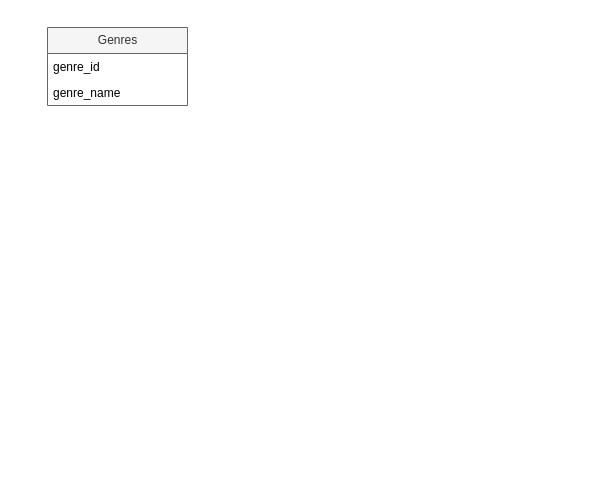
whybraun/myhomework-netology keeps this draw.io diagram as 12. Working with SQL Database creation/Диаграмма без названия.drawio. Above is the earlier version. Source tidied: cells renumbered, new cells numbered last; positions are measured from the earlier drawing's top-left corner, leaving out a move shared by most shapes. Both pictures are drawn from the tidied source at 100%, with x=0, y=0 at pixel (47, 27).
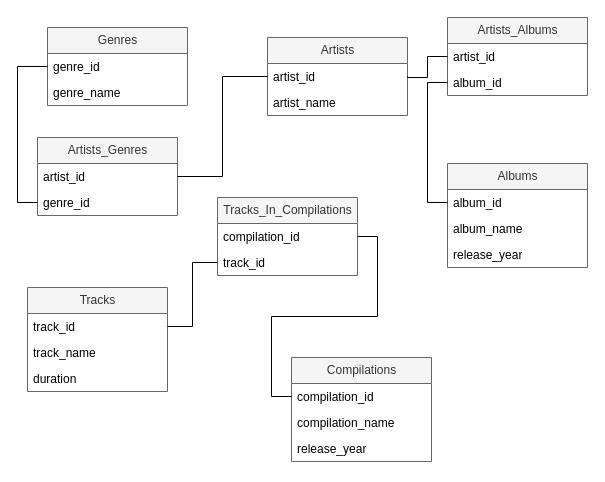
The same page after the edit.

The change refers to these unchanged cells:
```xml
<mxCell id="3" value="genre_id&lt;br&gt;" style="text;strokeColor=none;fillColor=none;align=left;verticalAlign=top;spacingLeft=4;spacingRight=4;overflow=hidden;points=[[0,0.5],[1,0.5]];portConstraint=eastwest;whiteSpace=wrap;html=1;" parent="2" vertex="1">
  <mxGeometry y="26" width="140" height="26" as="geometry" />
</mxCell>
```

The edit, as a diff of the source:
```diff
@@
+    <mxCell id="5" value="Artists" style="swimlane;fontStyle=0;horizontal=1;startSize=26;fillColor=#f5f5f5;html=1;fontColor=#333333;strokeColor=#666666;" parent="1" vertex="1">
+      <mxGeometry x="220" y="10" width="140" height="78" as="geometry" />
+    </mxCell>
+    <mxCell id="6" value="artist_id" style="text;strokeColor=none;fillColor=none;align=left;verticalAlign=top;spacingLeft=4;spacingRight=4;overflow=hidden;points=[[0,0.5],[1,0.5]];portConstraint=eastwest;whiteSpace=wrap;html=1;" parent="5" vertex="1">
+      <mxGeometry y="26" width="140" height="26" as="geometry" />
+    </mxCell>
+    <mxCell id="7" value="artist_name" style="text;strokeColor=none;fillColor=none;align=left;verticalAlign=top;spacingLeft=4;spacingRight=4;overflow=hidden;whiteSpace=wrap;html=1;" parent="5" vertex="1">
+      <mxGeometry y="52" width="140" height="26" as="geometry" />
+    </mxCell>
+    <mxCell id="8" value="Albums" style="swimlane;fontStyle=0;horizontal=1;startSize=26;fillColor=#f5f5f5;html=1;fontColor=#333333;strokeColor=#666666;" parent="1" vertex="1">
+      <mxGeometry x="400" y="136" width="140" height="104" as="geometry" />
+    </mxCell>
+    <mxCell id="9" value="album_id" style="text;strokeColor=none;fillColor=none;align=left;verticalAlign=top;spacingLeft=4;spacingRight=4;overflow=hidden;points=[[0,0.5],[1,0.5]];portConstraint=eastwest;whiteSpace=wrap;html=1;" parent="8" vertex="1">
+      <mxGeometry y="26" width="140" height="26" as="geometry" />
+    </mxCell>
+    <mxCell id="10" value="album_name" style="text;strokeColor=none;fillColor=none;align=left;verticalAlign=top;spacingLeft=4;spacingRight=4;overflow=hidden;whiteSpace=wrap;html=1;" parent="8" vertex="1">
+      <mxGeometry y="52" width="140" height="26" as="geometry" />
+    </mxCell>
+    <mxCell id="11" value="release_year" style="text;strokeColor=none;fillColor=none;align=left;verticalAlign=top;spacingLeft=4;spacingRight=4;overflow=hidden;whiteSpace=wrap;html=1;" parent="8" vertex="1">
+      <mxGeometry y="78" width="140" height="26" as="geometry" />
+    </mxCell>
+    <mxCell id="12" value="Artists_Albums" style="swimlane;fontStyle=0;horizontal=1;startSize=26;fillColor=#f5f5f5;html=1;fontColor=#333333;strokeColor=#666666;" parent="1" vertex="1">
+      <mxGeometry x="400" y="-10" width="140" height="78" as="geometry" />
+    </mxCell>
+    <mxCell id="13" value="artist_id" style="text;strokeColor=none;fillColor=none;align=left;verticalAlign=top;spacingLeft=4;spacingRight=4;overflow=hidden;points=[[0,0.5],[1,0.5]];portConstraint=eastwest;whiteSpace=wrap;html=1;" parent="12" vertex="1">
+      <mxGeometry y="26" width="140" height="26" as="geometry" />
+    </mxCell>
+    <mxCell id="14" value="album_id" style="text;strokeColor=none;fillColor=none;align=left;verticalAlign=top;spacingLeft=4;spacingRight=4;overflow=hidden;points=[[0,0.5],[1,0.5]];portConstraint=eastwest;whiteSpace=wrap;html=1;" parent="12" vertex="1">
+      <mxGeometry y="52" width="140" height="26" as="geometry" />
+    </mxCell>
+    <mxCell id="15" value="Tracks" style="swimlane;fontStyle=0;horizontal=1;startSize=26;fillColor=#f5f5f5;html=1;fontColor=#333333;strokeColor=#666666;" parent="1" vertex="1">
+      <mxGeometry x="-20" y="260" width="140" height="104" as="geometry" />
+    </mxCell>
+    <mxCell id="16" value="track_id" style="text;strokeColor=none;fillColor=none;align=left;verticalAlign=top;spacingLeft=4;spacingRight=4;overflow=hidden;points=[[0,0.5],[1,0.5]];portConstraint=eastwest;whiteSpace=wrap;html=1;" parent="15" vertex="1">
+      <mxGeometry y="26" width="140" height="26" as="geometry" />
+    </mxCell>
+    <mxCell id="17" value="track_name" style="text;strokeColor=none;fillColor=none;align=left;verticalAlign=top;spacingLeft=4;spacingRight=4;overflow=hidden;whiteSpace=wrap;html=1;" parent="15" vertex="1">
+      <mxGeometry y="52" width="140" height="26" as="geometry" />
+    </mxCell>
+    <mxCell id="18" value="duration" style="text;strokeColor=none;fillColor=none;align=left;verticalAlign=top;spacingLeft=4;spacingRight=4;overflow=hidden;whiteSpace=wrap;html=1;" parent="15" vertex="1">
+      <mxGeometry y="78" width="140" height="26" as="geometry" />
+    </mxCell>
+    <mxCell id="19" value="Compilations" style="swimlane;fontStyle=0;horizontal=1;startSize=26;fillColor=#f5f5f5;html=1;fontColor=#333333;strokeColor=#666666;" parent="1" vertex="1">
+      <mxGeometry x="244" y="330" width="140" height="104" as="geometry" />
+    </mxCell>
+    <mxCell id="20" value="compilation_id" style="text;strokeColor=none;fillColor=none;align=left;verticalAlign=top;spacingLeft=4;spacingRight=4;overflow=hidden;points=[[0,0.5],[1,0.5]];portConstraint=eastwest;whiteSpace=wrap;html=1;" parent="19" vertex="1">
+      <mxGeometry y="26" width="140" height="26" as="geometry" />
+    </mxCell>
+    <mxCell id="21" value="compilation_name" style="text;strokeColor=none;fillColor=none;align=left;verticalAlign=top;spacingLeft=4;spacingRight=4;overflow=hidden;whiteSpace=wrap;html=1;" parent="19" vertex="1">
+      <mxGeometry y="52" width="140" height="26" as="geometry" />
+    </mxCell>
+    <mxCell id="22" value="release_year" style="text;strokeColor=none;fillColor=none;align=left;verticalAlign=top;spacingLeft=4;spacingRight=4;overflow=hidden;whiteSpace=wrap;html=1;" parent="19" vertex="1">
+      <mxGeometry y="78" width="140" height="26" as="geometry" />
+    </mxCell>
+    <mxCell id="23" value="Tracks_In_Compilations" style="swimlane;fontStyle=0;horizontal=1;startSize=26;fillColor=#f5f5f5;html=1;fontColor=#333333;strokeColor=#666666;" parent="1" vertex="1">
+      <mxGeometry x="170" y="170" width="140" height="78" as="geometry" />
+    </mxCell>
+    <mxCell id="24" value="compilation_id" style="text;strokeColor=none;fillColor=none;align=left;verticalAlign=top;spacingLeft=4;spacingRight=4;overflow=hidden;points=[[0,0.5],[1,0.5]];portConstraint=eastwest;whiteSpace=wrap;html=1;" parent="23" vertex="1">
+      <mxGeometry y="26" width="140" height="26" as="geometry" />
+    </mxCell>
+    <mxCell id="25" value="track_id" style="text;strokeColor=none;fillColor=none;align=left;verticalAlign=top;spacingLeft=4;spacingRight=4;overflow=hidden;points=[[0,0.5],[1,0.5]];portConstraint=eastwest;whiteSpace=wrap;html=1;" parent="23" vertex="1">
+      <mxGeometry y="52" width="140" height="26" as="geometry" />
+    </mxCell>
+    <mxCell id="26" style="edgeStyle=orthogonalEdgeStyle;rounded=0;jettySize=auto;html=1;exitX=1;exitY=0.5;exitDx=0;exitDy=0;entryX=0;entryY=0.5;entryDx=0;entryDy=0;endArrow=none;endFill=0;" parent="1" edge="1" source="6" target="13">
+      <mxGeometry relative="1" as="geometry">
+        <Array as="points">
+          <mxPoint x="360" y="50" />
+          <mxPoint x="380" y="50" />
+          <mxPoint x="380" y="29" />
+        </Array>
+      </mxGeometry>
+    </mxCell>
+    <mxCell id="27" style="edgeStyle=orthogonalEdgeStyle;rounded=0;jettySize=auto;html=1;exitX=0;exitY=0.5;exitDx=0;exitDy=0;entryX=0;entryY=0.5;entryDx=0;entryDy=0;endArrow=none;endFill=0;" parent="1" edge="1" source="9" target="14">
+      <mxGeometry relative="1" as="geometry" />
+    </mxCell>
+    <mxCell id="28" style="edgeStyle=orthogonalEdgeStyle;rounded=0;jettySize=auto;html=1;exitX=1;exitY=0.5;exitDx=0;exitDy=0;entryX=0;entryY=0.5;entryDx=0;entryDy=0;endArrow=none;endFill=0;" parent="1" edge="1" source="16" target="25">
+      <mxGeometry relative="1" as="geometry" />
+    </mxCell>
+    <mxCell id="29" style="edgeStyle=orthogonalEdgeStyle;rounded=0;jettySize=auto;html=1;exitX=0;exitY=0.5;exitDx=0;exitDy=0;entryX=1;entryY=0.5;entryDx=0;entryDy=0;endArrow=none;endFill=0;" parent="1" edge="1" source="20" target="24">
+      <mxGeometry relative="1" as="geometry" />
+    </mxCell>
+    <mxCell id="30" value="Artists_Genres" style="swimlane;fontStyle=0;horizontal=1;startSize=26;fillColor=#f5f5f5;html=1;fontColor=#333333;strokeColor=#666666;" parent="1" vertex="1">
+      <mxGeometry x="-10" y="110" width="140" height="78" as="geometry" />
+    </mxCell>
+    <mxCell id="31" value="artist_id" style="text;strokeColor=none;fillColor=none;align=left;verticalAlign=top;spacingLeft=4;spacingRight=4;overflow=hidden;points=[[0,0.5],[1,0.5]];portConstraint=eastwest;whiteSpace=wrap;html=1;" parent="30" vertex="1">
+      <mxGeometry y="26" width="140" height="26" as="geometry" />
+    </mxCell>
+    <mxCell id="32" value="genre_id" style="text;strokeColor=none;fillColor=none;align=left;verticalAlign=top;spacingLeft=4;spacingRight=4;overflow=hidden;points=[[0,0.5],[1,0.5]];portConstraint=eastwest;whiteSpace=wrap;html=1;" parent="30" vertex="1">
+      <mxGeometry y="52" width="140" height="26" as="geometry" />
+    </mxCell>
+    <mxCell id="33" style="edgeStyle=orthogonalEdgeStyle;rounded=0;jettySize=auto;html=1;exitX=0;exitY=0.5;exitDx=0;exitDy=0;entryX=0;entryY=0.5;entryDx=0;entryDy=0;endArrow=none;endFill=0;" parent="1" edge="1" source="32" target="3">
+      <mxGeometry relative="1" as="geometry" />
+    </mxCell>
+    <mxCell id="34" style="edgeStyle=orthogonalEdgeStyle;rounded=0;jettySize=auto;html=1;exitX=1;exitY=0.5;exitDx=0;exitDy=0;entryX=0;entryY=0.5;entryDx=0;entryDy=0;endArrow=none;endFill=0;" parent="1" edge="1" source="31" target="6">
+      <mxGeometry relative="1" as="geometry" />
+    </mxCell>
```
